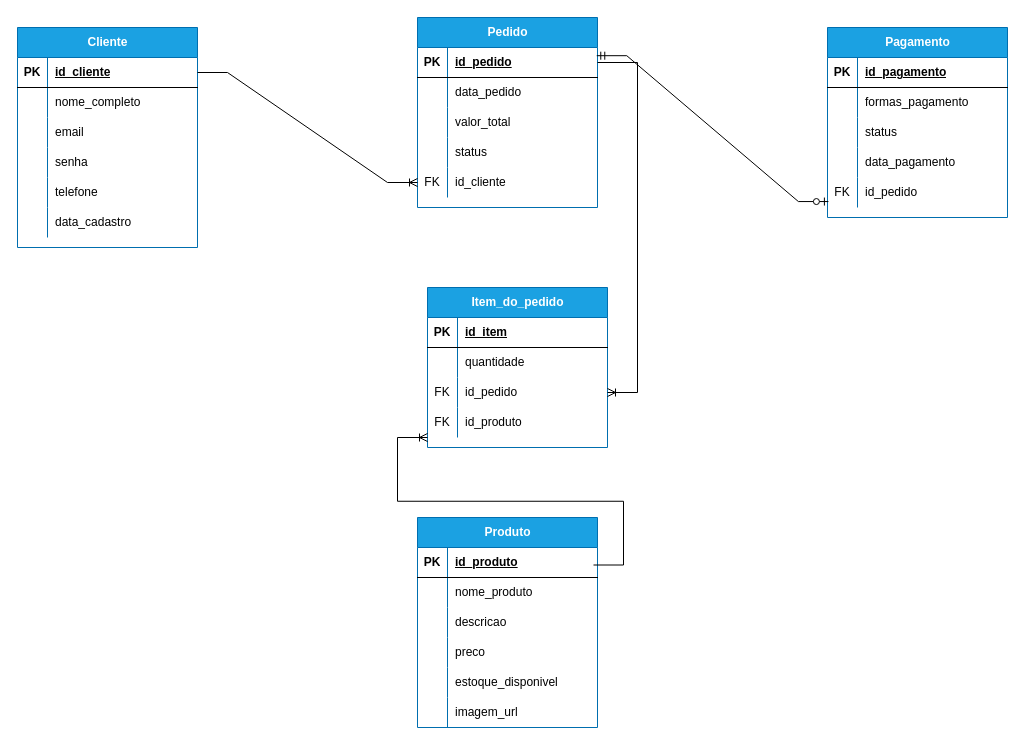
Before: page "Logico - ECommerc" (5 of 6) of Modelagem/Projeto.drawio in andrezinhoh3/Projeto-ECommerce, a draw.io diagram. Source tidied: cells renumbered, new cells numbered last; positions are measured from the earlier drawing's top-left corner, leaving out a move shared by most shapes. Both pictures are drawn from the tidied source at 100%, with x=0, y=0 at pixel (17, 17).
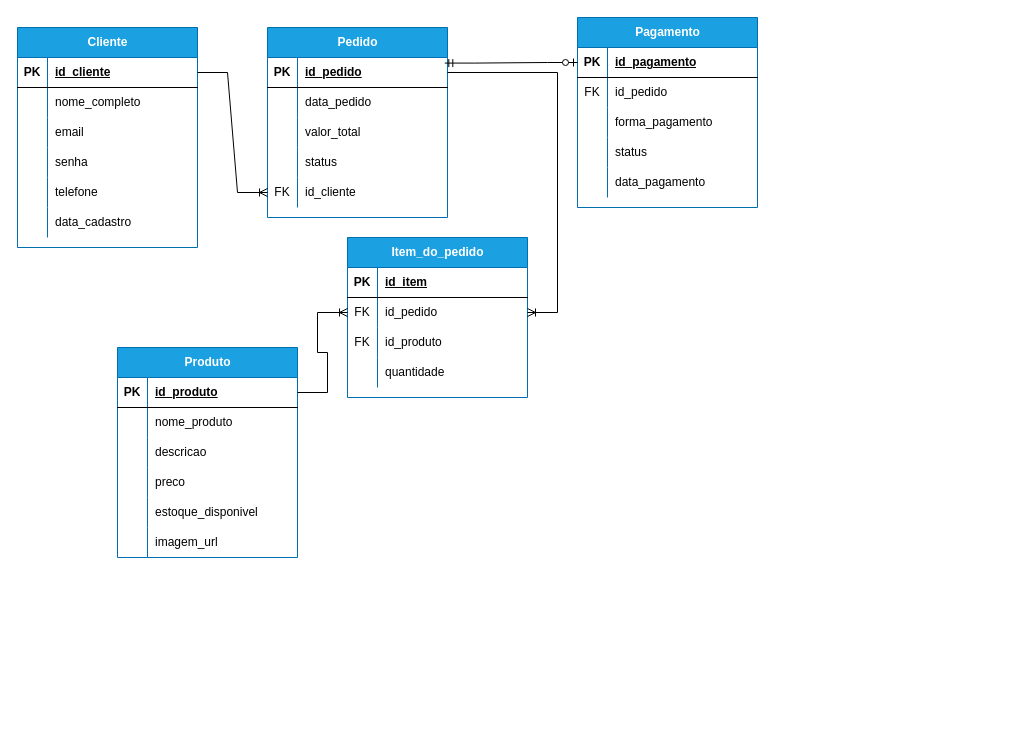
The same diagram, later.

The change refers to these unchanged cells:
```xml
<mxCell id="22" style="shape=tableRow;horizontal=0;startSize=0;swimlaneHead=0;swimlaneBody=0;fillColor=none;points=[[0,0.5],[1,0.5]];portConstraint=eastwest;top=0;left=0;right=0;bottom=1;" parent="21" vertex="1">
  <mxGeometry y="30" width="180" height="30" as="geometry" />
</mxCell>
<mxCell id="41" style="shape=tableRow;horizontal=0;startSize=0;swimlaneHead=0;swimlaneBody=0;fillColor=none;points=[[0,0.5],[1,0.5]];portConstraint=eastwest;top=0;left=0;right=0;bottom=1;" parent="40" vertex="1">
  <mxGeometry y="30" width="180" height="30" as="geometry" />
</mxCell>
<mxCell id="44" style="shape=tableRow;horizontal=0;startSize=0;swimlaneHead=0;swimlaneBody=0;fillColor=none;top=0;left=0;right=0;bottom=0;" parent="40" vertex="1">
  <mxGeometry y="60" width="180" height="30" as="geometry" />
</mxCell>
<mxCell id="47" style="shape=tableRow;horizontal=0;startSize=0;swimlaneHead=0;swimlaneBody=0;fillColor=none;top=0;left=0;right=0;bottom=0;" parent="40" vertex="1">
  <mxGeometry y="90" width="180" height="30" as="geometry" />
</mxCell>
<mxCell id="50" style="shape=tableRow;horizontal=0;startSize=0;swimlaneHead=0;swimlaneBody=0;fillColor=none;top=0;left=0;right=0;bottom=0;" parent="40" vertex="1">
  <mxGeometry y="120" width="180" height="30" as="geometry" />
</mxCell>
<mxCell id="53" style="shape=tableRow;horizontal=0;startSize=0;swimlaneHead=0;swimlaneBody=0;fillColor=none;points=[[0,0.5],[1,0.5]];portConstraint=eastwest;top=0;left=0;right=0;bottom=0;" parent="40" vertex="1">
  <mxGeometry y="150" width="180" height="30" as="geometry" />
</mxCell>
<mxCell id="57" style="shape=tableRow;horizontal=0;startSize=0;swimlaneHead=0;swimlaneBody=0;fillColor=none;points=[[0,0.5],[1,0.5]];portConstraint=eastwest;top=0;left=0;right=0;bottom=1;" parent="56" vertex="1">
  <mxGeometry y="30" width="180" height="30" as="geometry" />
</mxCell>
```

The edit, as a diff of the source:
```diff
@@
     <mxCell id="21" value="Produto" style="shape=table;startSize=30;childLayout=tableLayout;rowLines=0;fontStyle=1;align=center;html=1;fillColor=#1ba1e2;fontColor=#ffffff;strokeColor=#006EAF;" parent="1" vertex="1">
-      <mxGeometry x="400" y="500" width="180" height="210" as="geometry" />
+      <mxGeometry x="100" y="330" width="180" height="210" as="geometry" />
     </mxCell>
@@
     <mxCell id="40" value="Pagamento" style="shape=table;startSize=30;childLayout=tableLayout;rowLines=0;fontStyle=1;align=center;html=1;fillColor=#1ba1e2;fontColor=#ffffff;strokeColor=#006EAF;" parent="1" vertex="1">
-      <mxGeometry x="810" y="10" width="180" height="190" as="geometry" />
+      <mxGeometry x="560" width="180" height="190" as="geometry" />
     </mxCell>
@@
-    <mxCell id="45" style="shape=partialRectangle;fillColor=none;top=0;left=0;bottom=0;right=0;overflow=hidden;whiteSpace=wrap;html=1;" parent="44" vertex="1">
+    <mxCell id="45" value="FK" style="shape=partialRectangle;fillColor=none;top=0;left=0;bottom=0;right=0;overflow=hidden;whiteSpace=wrap;html=1;" parent="44" vertex="1">
       <mxGeometry width="30" height="30" as="geometry" />
     </mxCell>
-    <mxCell id="46" value="formas_pagamento" style="shape=partialRectangle;fillColor=none;top=0;left=0;bottom=0;right=0;align=left;spacingLeft=6;overflow=hidden;whiteSpace=wrap;html=1;" parent="44" vertex="1">
+    <mxCell id="46" value="id_pedido" style="shape=partialRectangle;fillColor=none;top=0;left=0;bottom=0;right=0;align=left;spacingLeft=6;overflow=hidden;whiteSpace=wrap;html=1;" parent="44" vertex="1">
       <mxGeometry x="30" width="150" height="30" as="geometry" />
     </mxCell>
@@
-    <mxCell id="49" value="status" style="shape=partialRectangle;fillColor=none;top=0;left=0;bottom=0;right=0;align=left;spacingLeft=6;overflow=hidden;whiteSpace=wrap;html=1;" parent="47" vertex="1">
+    <mxCell id="49" value="forma_pagamento" style="shape=partialRectangle;fillColor=none;top=0;left=0;bottom=0;right=0;align=left;spacingLeft=6;overflow=hidden;whiteSpace=wrap;html=1;" parent="47" vertex="1">
       <mxGeometry x="30" width="150" height="30" as="geometry" />
     </mxCell>
@@
-    <mxCell id="52" value="data_pagamento" style="shape=partialRectangle;fillColor=none;top=0;left=0;bottom=0;right=0;align=left;spacingLeft=6;overflow=hidden;whiteSpace=wrap;html=1;" parent="50" vertex="1">
+    <mxCell id="52" value="status" style="shape=partialRectangle;fillColor=none;top=0;left=0;bottom=0;right=0;align=left;spacingLeft=6;overflow=hidden;whiteSpace=wrap;html=1;" parent="50" vertex="1">
       <mxGeometry x="30" width="150" height="30" as="geometry" />
     </mxCell>
@@
-    <mxCell id="54" value="FK" style="shape=partialRectangle;fillColor=none;top=0;left=0;bottom=0;right=0;overflow=hidden;whiteSpace=wrap;html=1;" parent="53" vertex="1">
+    <mxCell id="54" style="shape=partialRectangle;fillColor=none;top=0;left=0;bottom=0;right=0;overflow=hidden;whiteSpace=wrap;html=1;" parent="53" vertex="1">
       <mxGeometry width="30" height="30" as="geometry" />
     </mxCell>
-    <mxCell id="55" value="id_pedido" style="shape=partialRectangle;fillColor=none;top=0;left=0;bottom=0;right=0;align=left;spacingLeft=6;overflow=hidden;whiteSpace=wrap;html=1;" parent="53" vertex="1">
+    <mxCell id="55" value="data_pagamento" style="shape=partialRectangle;fillColor=none;top=0;left=0;bottom=0;right=0;align=left;spacingLeft=6;overflow=hidden;whiteSpace=wrap;html=1;" parent="53" vertex="1">
       <mxGeometry x="30" width="150" height="30" as="geometry" />
     </mxCell>
     <mxCell id="56" value="Pedido" style="shape=table;startSize=30;childLayout=tableLayout;rowLines=0;fontStyle=1;align=center;html=1;fillColor=#1ba1e2;fontColor=#ffffff;strokeColor=#006EAF;" parent="1" vertex="1">
-      <mxGeometry x="400" width="180" height="190" as="geometry" />
+      <mxGeometry x="250" y="10" width="180" height="190" as="geometry" />
     </mxCell>
@@
     <mxCell id="72" value="Item_do_pedido" style="shape=table;startSize=30;childLayout=tableLayout;rowLines=0;fontStyle=1;align=center;html=1;fillColor=#1ba1e2;fontColor=#ffffff;strokeColor=#006EAF;" parent="1" vertex="1">
-      <mxGeometry x="410" y="270" width="180" height="160" as="geometry" />
+      <mxGeometry x="330" y="220" width="180" height="160" as="geometry" />
     </mxCell>
@@
-    <mxCell id="76" style="shape=tableRow;horizontal=0;startSize=0;swimlaneHead=0;swimlaneBody=0;fillColor=none;top=0;left=0;right=0;bottom=0;" parent="72" vertex="1">
-      <mxGeometry y="60" width="180" height="30" as="geometry" />
-    </mxCell>
-    <mxCell id="77" style="shape=partialRectangle;fillColor=none;top=0;left=0;bottom=0;right=0;overflow=hidden;whiteSpace=wrap;html=1;" parent="76" vertex="1">
-      <mxGeometry width="30" height="30" as="geometry" />
-    </mxCell>
-    <mxCell id="78" value="quantidade" style="shape=partialRectangle;fillColor=none;top=0;left=0;bottom=0;right=0;align=left;spacingLeft=6;overflow=hidden;whiteSpace=wrap;html=1;" parent="76" vertex="1">
-      <mxGeometry x="30" width="150" height="30" as="geometry" />
-    </mxCell>
     <mxCell id="79" style="shape=tableRow;horizontal=0;startSize=0;swimlaneHead=0;swimlaneBody=0;fillColor=none;points=[[0,0.5],[1,0.5]];portConstraint=eastwest;top=0;left=0;right=0;bottom=0;" parent="72" vertex="1">
-      <mxGeometry y="90" width="180" height="30" as="geometry" />
+      <mxGeometry y="60" width="180" height="30" as="geometry" />
     </mxCell>
@@
     <mxCell id="82" style="shape=tableRow;horizontal=0;startSize=0;swimlaneHead=0;swimlaneBody=0;fillColor=none;top=0;left=0;right=0;bottom=0;" parent="72" vertex="1">
-      <mxGeometry y="120" width="180" height="30" as="geometry" />
+      <mxGeometry y="90" width="180" height="30" as="geometry" />
     </mxCell>
@@
+    <mxCell id="89" style="shape=tableRow;horizontal=0;startSize=0;swimlaneHead=0;swimlaneBody=0;fillColor=none;top=0;left=0;right=0;bottom=0;" parent="72" vertex="1">
+      <mxGeometry y="120" width="180" height="30" as="geometry" />
+    </mxCell>
+    <mxCell id="77" style="shape=partialRectangle;fillColor=none;top=0;left=0;bottom=0;right=0;overflow=hidden;whiteSpace=wrap;html=1;" parent="89" vertex="1">
+      <mxGeometry width="30" height="30" as="geometry" />
+    </mxCell>
+    <mxCell id="78" value="quantidade" style="shape=partialRectangle;fillColor=none;top=0;left=0;bottom=0;right=0;align=left;spacingLeft=6;overflow=hidden;whiteSpace=wrap;html=1;" parent="89" vertex="1">
+      <mxGeometry x="30" width="150" height="30" as="geometry" />
+    </mxCell>
@@
-    <mxCell id="86" style="edgeStyle=entityRelationEdgeStyle;fontSize=12;html=1;endArrow=ERoneToMany;rounded=0;exitX=1;exitY=0.5;exitDx=0;exitDy=0;" parent="1" edge="1">
+    <mxCell id="86" style="edgeStyle=entityRelationEdgeStyle;fontSize=12;html=1;endArrow=ERoneToMany;rounded=0;exitX=1;exitY=0.5;exitDx=0;exitDy=0;entryX=0;entryY=0.5;entryDx=0;entryDy=0;" parent="1" edge="1" source="22" target="79">
       <mxGeometry relative="1" as="geometry">
-        <mxPoint x="576" y="547.5" as="sourcePoint" />
-        <mxPoint x="410" y="420" as="targetPoint" />
         <Array as="points">
           <mxPoint x="716" y="482.5" />
         </Array>
       </mxGeometry>
     </mxCell>
@@
-    <mxCell id="88" style="edgeStyle=entityRelationEdgeStyle;fontSize=12;html=1;endArrow=ERzeroToOne;startArrow=ERmandOne;rounded=0;exitX=0.996;exitY=0.273;exitDx=0;exitDy=0;exitPerimeter=0;entryX=0.005;entryY=0.802;entryDx=0;entryDy=0;entryPerimeter=0;" parent="1" edge="1" source="57" target="53">
-      <mxGeometry relative="1" as="geometry" />
+    <mxCell id="88" style="edgeStyle=entityRelationEdgeStyle;fontSize=12;html=1;endArrow=ERzeroToOne;startArrow=ERmandOne;rounded=0;entryX=0;entryY=0.5;entryDx=0;entryDy=0;exitX=0.985;exitY=0.186;exitDx=0;exitDy=0;exitPerimeter=0;" parent="1" edge="1" source="57" target="41">
+      <mxGeometry relative="1" as="geometry">
+        <Array as="points">
+          <mxPoint x="620" y="10" />
+        </Array>
+      </mxGeometry>
     </mxCell>
```
